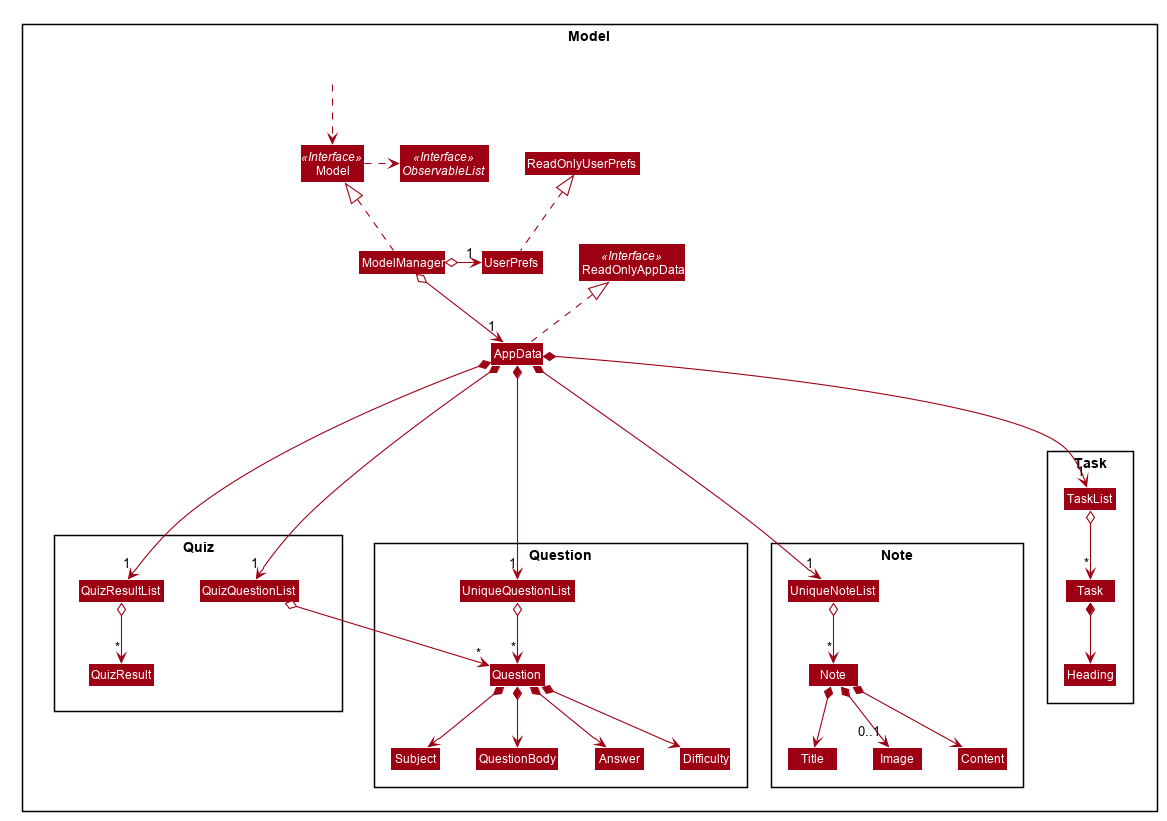
Above: docs/images/ModelClassDiagram.png in nus-cs2103-AY1920S1/addressbook-level3 (PlantUML), before the change.
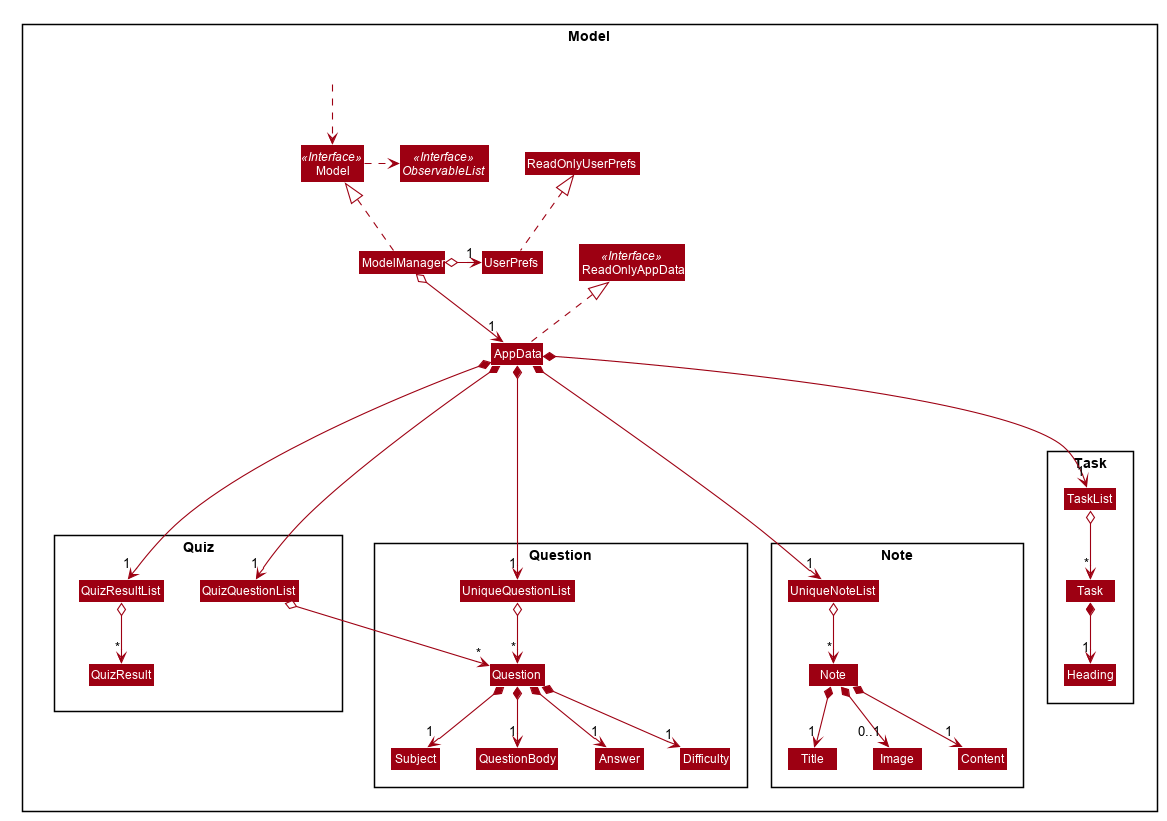
Later version of the same file.

What changed in the source:
```diff
@@ -109,16 +109,16 @@
 
 AppData *---> "1" UniqueNoteList
 UniqueNoteList o--> "*" Note
-Note *--> Title
-Note *--> Content
+Note *--> "1" Title
+Note *--> "1" Content
 Note *-->"0..1" Image
 
 AppData *---> "1" UniqueQuestionList
 UniqueQuestionList o--> "*" Question
-Question *--> QuestionBody
-Question *--> Answer
-Question *--> Difficulty
-Question *--> Subject
+Question *--> "1" QuestionBody
+Question *--> "1" Answer
+Question *--> "1" Difficulty
+Question *--> "1" Subject
 
 AppData *---> "1" QuizQuestionList
 AppData *---> "1" QuizResultList
@@ -128,7 +128,7 @@
 
 AppData *---> "1" TaskList
 TaskList o-->  "*" Task
-Task *-down-> Heading
+Task *-down-> "1" Heading
 
 }
 
```
